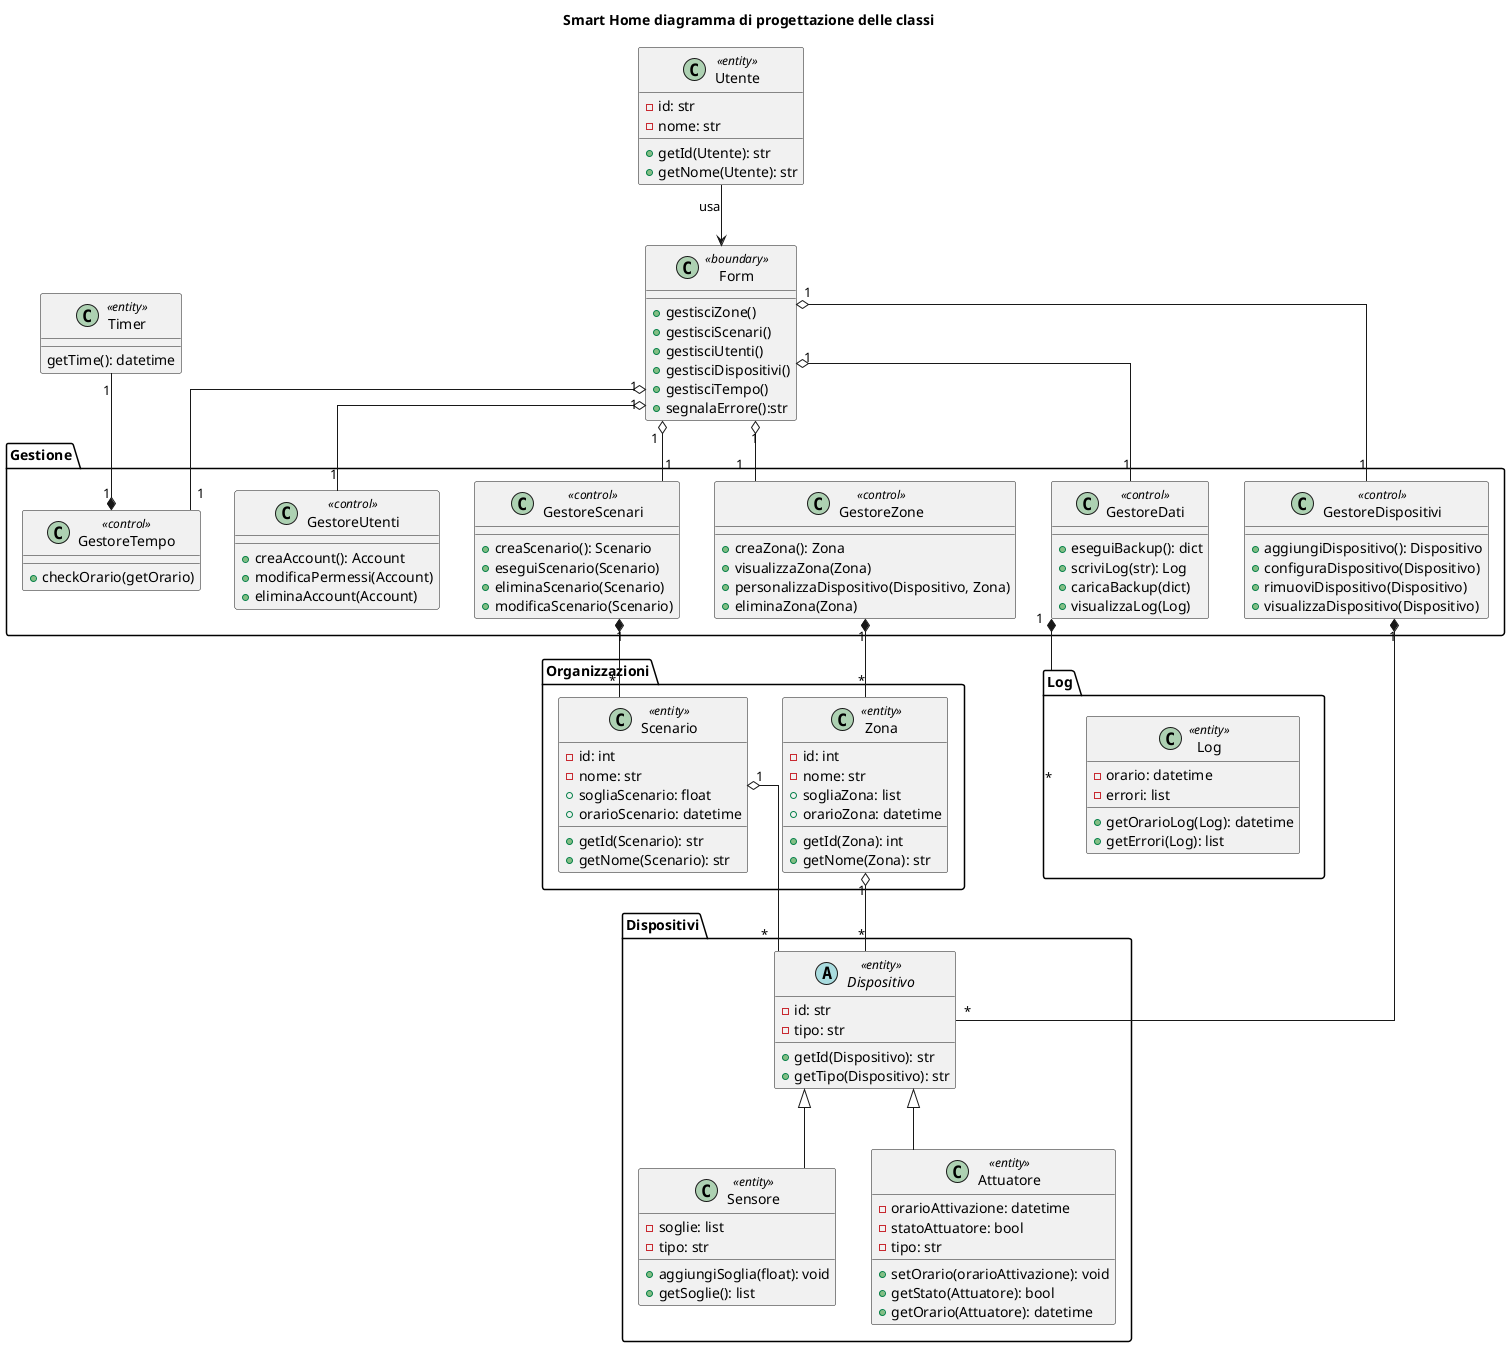
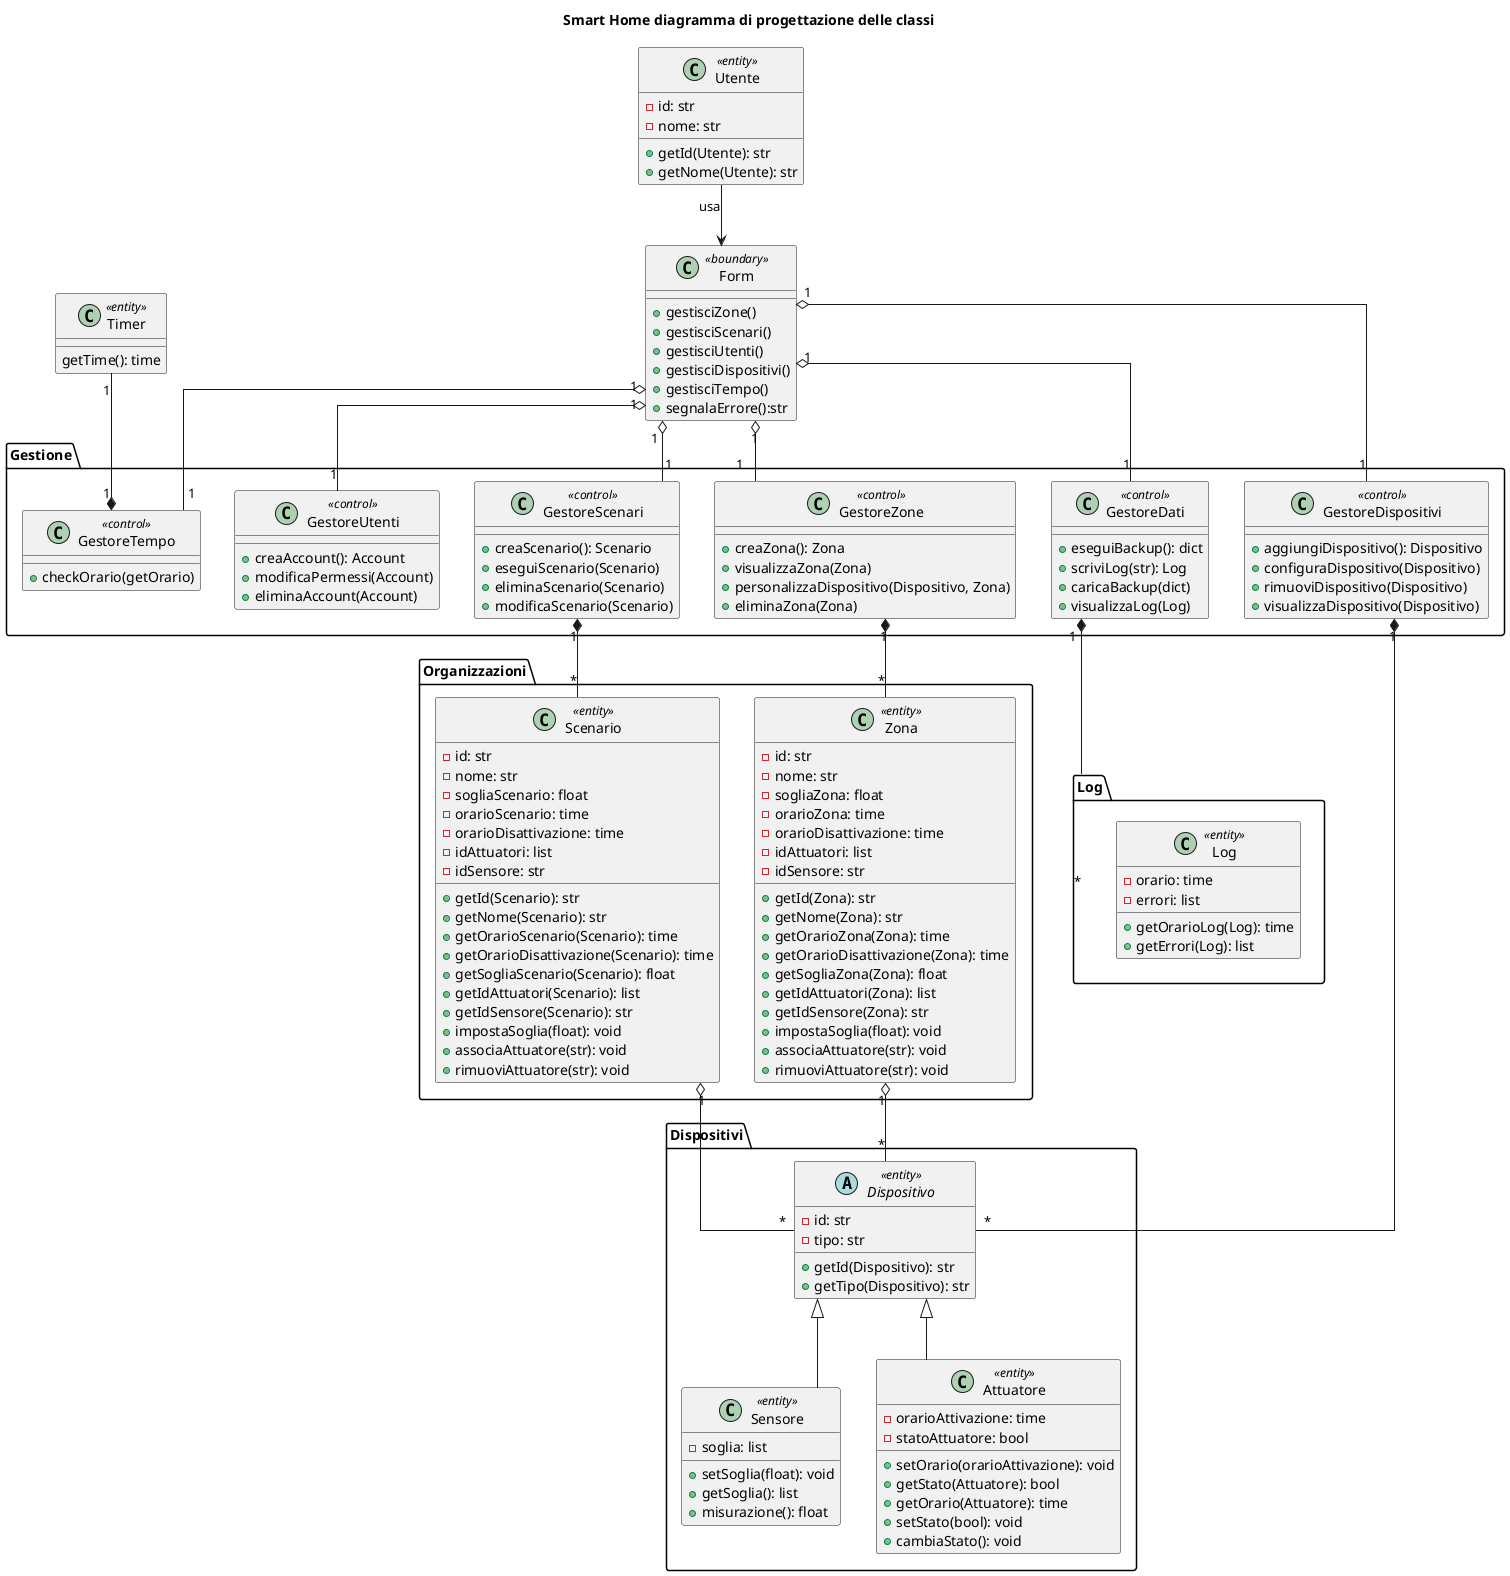
@startuml digrammacprogettazione
title Smart Home diagramma di progettazione delle classi
skinparam linetype ortho

package "Organizzazioni" {
    class Zona <<entity>> {
-         - id: int
+         - id: str
        - nome: str
-         + sogliaZona: list
-         + orarioZona: datetime
-         + getId(Zona): int
+         - sogliaZona: float
+         - orarioZona: time
+         - orarioDisattivazione: time
+         - idAttuatori: list
+         - idSensore: str
+         + getId(Zona): str
        + getNome(Zona): str
+         + getOrarioZona(Zona): time
+         + getOrarioDisattivazione(Zona): time
+         + getSogliaZona(Zona): float
+         + getIdAttuatori(Zona): list
+         + getIdSensore(Zona): str
+         + impostaSoglia(float): void
+         + associaAttuatore(str): void
+         + rimuoviAttuatore(str): void
    }
    class Scenario <<entity>> {
-         - id: int
+         - id: str
        - nome: str
-         + sogliaScenario: float
-         + orarioScenario: datetime
+         - sogliaScenario: float
+         - orarioScenario: time
+         - orarioDisattivazione: time
+         - idAttuatori: list
+         - idSensore: str
        + getId(Scenario): str
        + getNome(Scenario): str
+         + getOrarioScenario(Scenario): time
+         + getOrarioDisattivazione(Scenario): time
+         + getSogliaScenario(Scenario): float
+         + getIdAttuatori(Scenario): list
+         + getIdSensore(Scenario): str
+         + impostaSoglia(float): void
+         + associaAttuatore(str): void
+         + rimuoviAttuatore(str): void
    }
}

package "Log"{

    class Log <<entity>> {
-         - orario: datetime
+         - orario: time
        - errori: list

-         +getOrarioLog(Log): datetime
+         +getOrarioLog(Log): time
        + getErrori(Log): list
    }
}

package "Dispositivi" {
    abstract class Dispositivo <<entity>> {
        - id: str
        -tipo: str
        + getId(Dispositivo): str
        + getTipo(Dispositivo): str
    }
    class Sensore <<entity>> extends Dispositivo {
-         - soglie: list
-         - tipo: str
-         + aggiungiSoglia(float): void
-         + getSoglie(): list
+         - soglia: list
+         + setSoglia(float): void
+         + getSoglia(): list
+         + misurazione(): float
    }
    class Attuatore <<entity>> extends Dispositivo {
-         - orarioAttivazione: datetime
+         - orarioAttivazione: time
        - statoAttuatore: bool
-         - tipo: str
        + setOrario(orarioAttivazione): void
        + getStato(Attuatore): bool
-         + getOrario(Attuatore): datetime
+         + getOrario(Attuatore): time
+         + setStato(bool): void
+         +cambiaStato(): void
    }

}

package "Gestione" {
    class GestoreZone <<control>> {
        + creaZona(): Zona
        + visualizzaZona(Zona)
        + personalizzaDispositivo(Dispositivo, Zona)
        + eliminaZona(Zona)
    }
    class GestoreScenari <<control>>  {
        + creaScenario(): Scenario
        + eseguiScenario(Scenario)
        + eliminaScenario(Scenario)
        + modificaScenario(Scenario)
    }
    class GestoreDati <<control>>  {
        + eseguiBackup(): dict
        + scriviLog(str): Log
        + caricaBackup(dict)
        + visualizzaLog(Log)
    }
    class GestoreUtenti <<control>> {
        + creaAccount(): Account
        + modificaPermessi(Account)
        + eliminaAccount(Account)
    }
    class GestoreDispositivi <<control>>  {
        + aggiungiDispositivo(): Dispositivo
        + configuraDispositivo(Dispositivo)
        + rimuoviDispositivo(Dispositivo)
        + visualizzaDispositivo(Dispositivo)
    }
    class GestoreTempo <<control>>{
        + checkOrario(getOrario)
    }
}

class Timer <<entity>>{
-     getTime(): datetime
+     getTime(): time
}

    class Utente <<entity>> {
    -id: str
    -nome: str
    + getId(Utente): str
    + getNome(Utente): str
    }



class Form <<boundary>> {
    + gestisciZone()
    + gestisciScenari()
    + gestisciUtenti()
    + gestisciDispositivi()
    + gestisciTempo()
    + segnalaErrore():str
}



Utente --> Form : usa

Form "1" o-down- "1" GestoreZone
Form "1" o-down- "1" GestoreScenari
Form "1" o-down- "1" GestoreUtenti
Form "1" o-down- "1" GestoreDispositivi
Form "1" o-down- "1" GestoreDati

GestoreZone "1" *-- "*" Zona
GestoreScenari "1" *-- "*" Scenario
GestoreDispositivi "1" *-- "*" Dispositivo
GestoreDati "1" *-- "*" Log

Zona "1" o-- "*" Dispositivo
Scenario "1" o-- "*" Dispositivo

Timer "1" --* "1" GestoreTempo
Form "1" o-- "1" GestoreTempo


@enduml